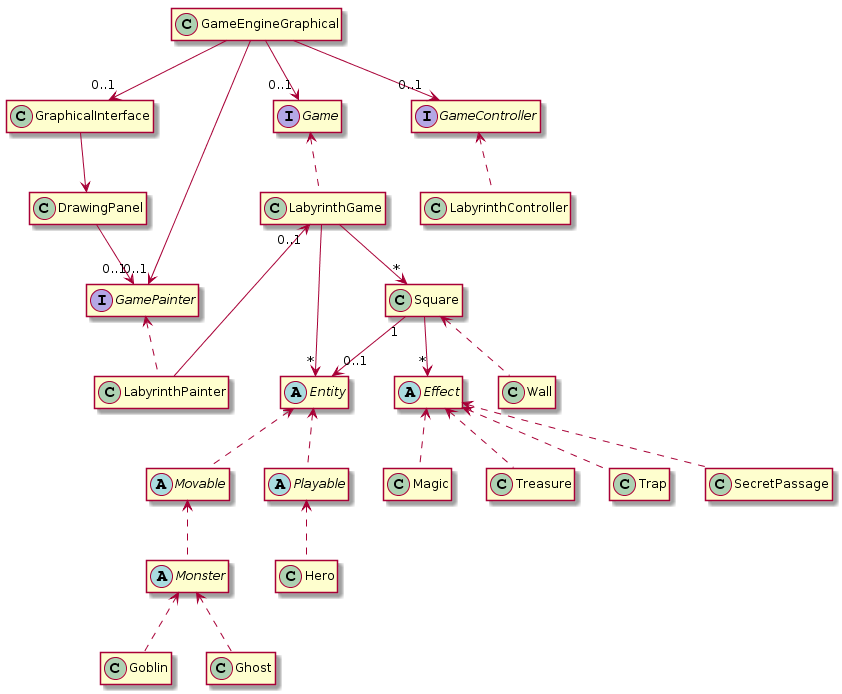
This is annexe/Diagramme.png from lukyky414/ACL2018_LAN-SCH, a PlantUML export, as it was before one commit.
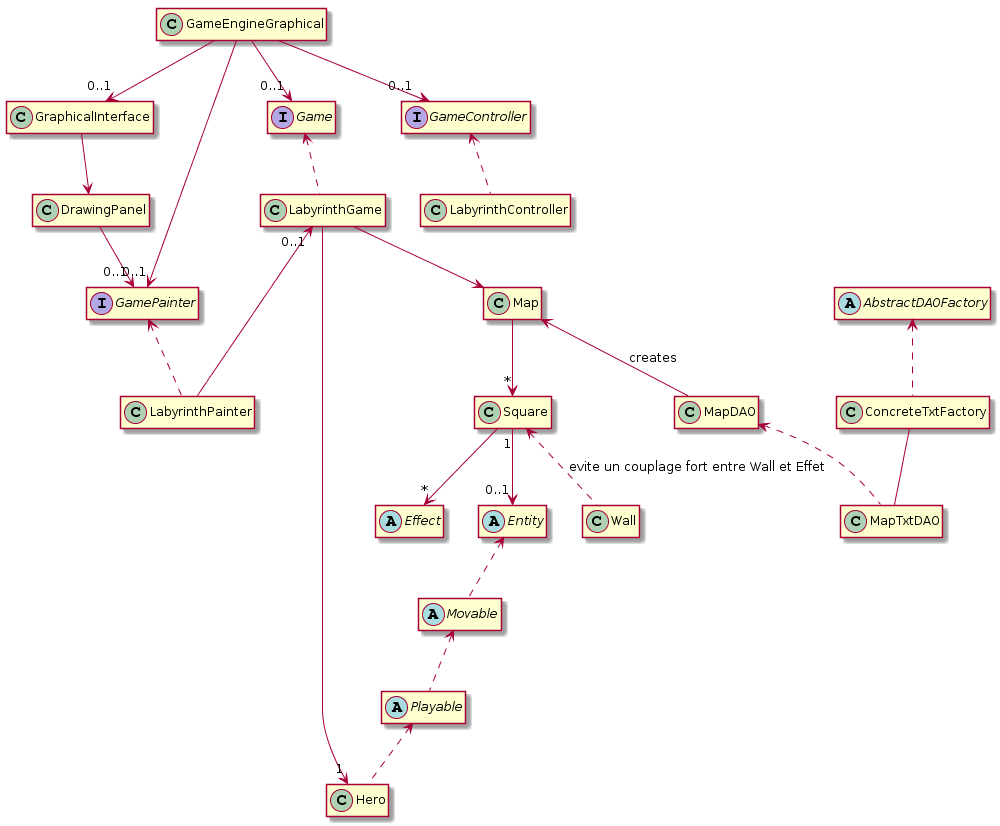
After the commit.

Commit message:
diagramme à jour pour 1.1

Diff of the diagram source:
```diff
@@ -26,26 +26,25 @@
 abstract Entity
 abstract Movable
 abstract Playable
-abstract Monster
+abstract AbstractDAOFactory
 
 
-LabyrinthGame --> "*" Square
+LabyrinthGame --> Map
+Map --> "*" Square
 Square "1"--> "0..1" Entity
-Square <.. Wall
+Square <.. Wall : evite un couplage fort entre Wall et Effet
 Square --> "*" Effect
-Effect <.. Magic
-Effect <.. Treasure
-Effect <.. Trap
-Effect <.. SecretPassage
 
 
 
 
-LabyrinthGame --> "*" Entity
+LabyrinthGame --> "1" Hero
 Entity <.. Movable
-Entity <.. Playable
+Movable <.. Playable
 Playable <.. Hero
-Movable <.. Monster
-Monster <.. Goblin
-Monster <.. Ghost
+
+AbstractDAOFactory <.. ConcreteTxtFactory
+MapDAO <.. MapTxtDAO
+ConcreteTxtFactory -- MapTxtDAO
+Map <-- MapDAO : creates
 @enduml
```
